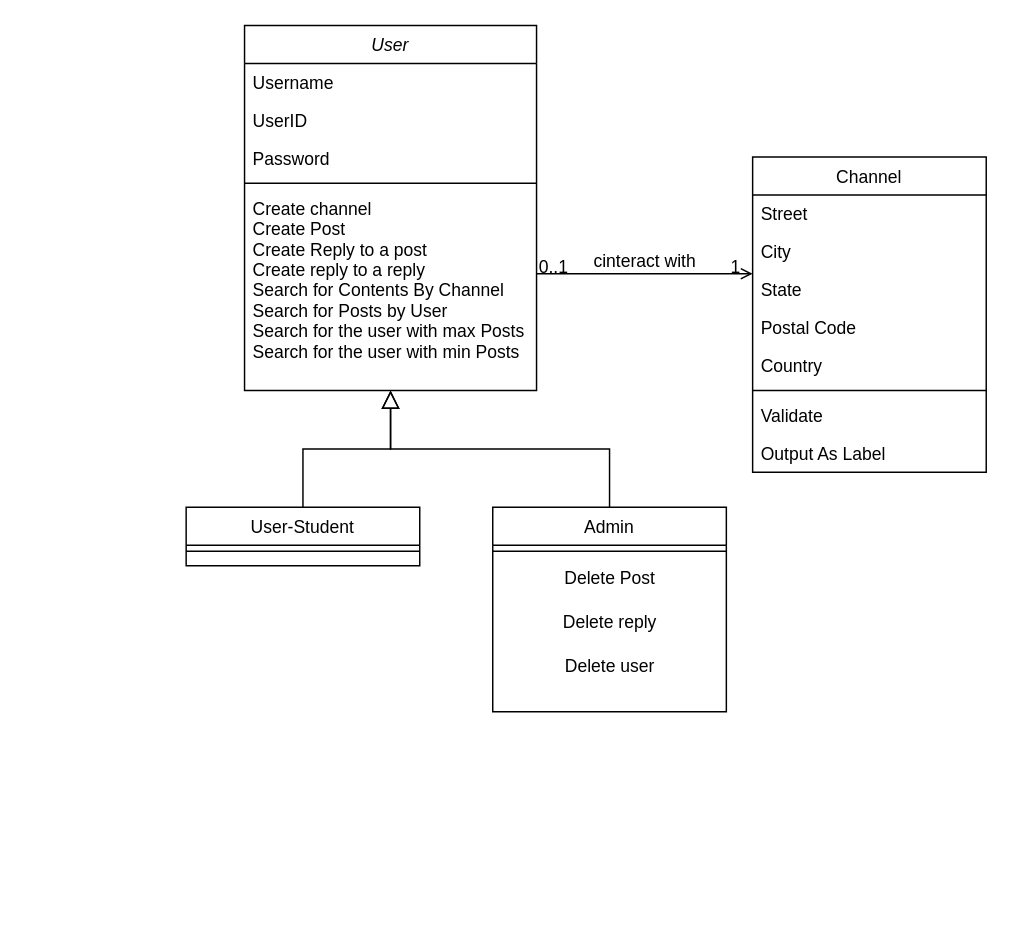
Above: class-diag.drawio in kejinglu/demo_23winter_web_project_docs (draw.io), before the change. Source tidied: cells renumbered, new cells numbered last; positions are measured from the earlier drawing's top-left corner, leaving out a move shared by most shapes. Both pictures are drawn from the tidied source at 146%, with x=0, y=0 at pixel (185, 25).
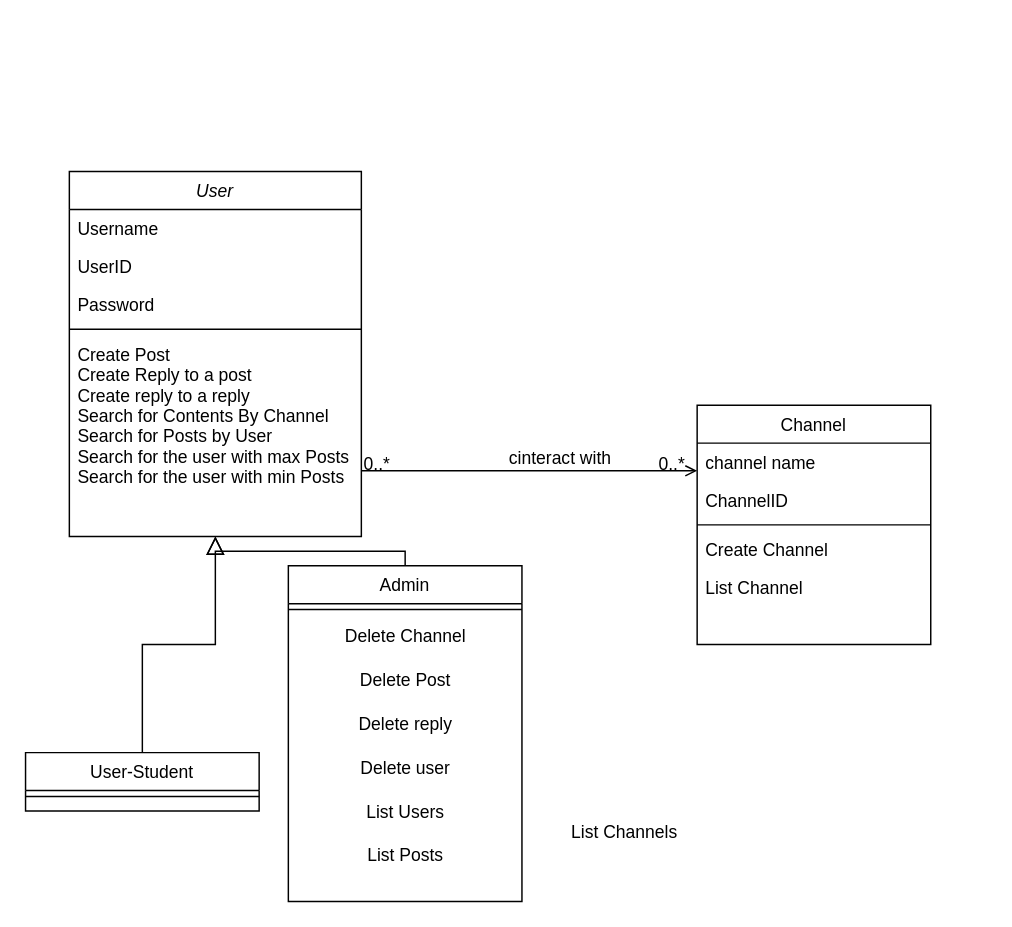
The same page after the edit.

The change refers to these unchanged cells:
```xml
<mxCell id="26" style="endArrow=open;shadow=0;strokeWidth=1;rounded=0;endFill=1;edgeStyle=elbowEdgeStyle;elbow=vertical;" parent="1" edge="1" source="2" target="17">
  <mxGeometry x="0.5" y="41" relative="1" as="geometry">
    <mxPoint x="-40" y="32" as="offset" />
  </mxGeometry>
</mxCell>
```

What changed in the source:
```diff
@@
     <mxCell id="2" value="User" style="swimlane;fontStyle=2;align=center;verticalAlign=top;horizontal=1;startSize=26;rounded=0;shadow=0;strokeWidth=1;" parent="1" vertex="1">
-      <mxGeometry x="40" width="200" height="250" as="geometry" />
+      <mxGeometry x="-80" y="100" width="200" height="250" as="geometry" />
     </mxCell>
@@
-    <mxCell id="7" value="Create channel&#10;Create Post&#10;Create Reply to a post&#10;Create reply to a reply&#10;Search for Contents By Channel&#10;Search for Posts by User&#10;Search for the user with max Posts&#10;Search for the user with min Posts" style="text;align=left;verticalAlign=top;spacingLeft=4;spacingRight=4;overflow=hidden;" parent="2" vertex="1">
+    <mxCell id="7" value="Create Post&#10;Create Reply to a post&#10;Create reply to a reply&#10;Search for Contents By Channel&#10;Search for Posts by User&#10;Search for the user with max Posts&#10;Search for the user with min Posts" style="text;align=left;verticalAlign=top;spacingLeft=4;spacingRight=4;overflow=hidden;" parent="2" vertex="1">
       <mxGeometry y="112" width="200" height="138" as="geometry" />
     </mxCell>
     <mxCell id="8" value="User-Student" style="swimlane;fontStyle=0;align=center;verticalAlign=top;horizontal=1;startSize=26;rounded=0;shadow=0;strokeWidth=1;" parent="1" vertex="1">
-      <mxGeometry y="330" width="160" height="40" as="geometry" />
+      <mxGeometry x="-110" y="498" width="160" height="40" as="geometry" />
     </mxCell>
@@
     <mxCell id="11" value="Admin" style="swimlane;fontStyle=0;align=center;verticalAlign=top;horizontal=1;startSize=26;rounded=0;shadow=0;strokeWidth=1;" parent="1" vertex="1">
-      <mxGeometry x="210" y="330" width="160" height="140" as="geometry" />
+      <mxGeometry x="70" y="370" width="160" height="230" as="geometry" />
     </mxCell>
@@
+    <mxCell id="30" value="Delete Channel" style="text;html=1;align=center;verticalAlign=middle;strokeColor=none;fillColor=none;" parent="11" vertex="1">
+      <mxGeometry y="34" width="160" height="30" as="geometry" />
+    </mxCell>
     <mxCell id="13" value="Delete Post" style="text;html=1;align=center;verticalAlign=middle;strokeColor=none;fillColor=none;" parent="11" vertex="1">
-      <mxGeometry y="34" width="160" height="30" as="geometry" />
+      <mxGeometry y="64" width="160" height="30" as="geometry" />
     </mxCell>
     <mxCell id="14" value="Delete reply" style="text;html=1;align=center;verticalAlign=middle;strokeColor=none;fillColor=none;" parent="11" vertex="1">
-      <mxGeometry y="64" width="160" height="30" as="geometry" />
+      <mxGeometry y="94" width="160" height="30" as="geometry" />
     </mxCell>
     <mxCell id="15" value="Delete user" style="text;html=1;align=center;verticalAlign=middle;strokeColor=none;fillColor=none;" parent="11" vertex="1">
-      <mxGeometry y="94" width="160" height="30" as="geometry" />
+      <mxGeometry y="124" width="160" height="30" as="geometry" />
     </mxCell>
+    <mxCell id="31" value="List Users" style="text;html=1;align=center;verticalAlign=middle;strokeColor=none;fillColor=none;" parent="11" vertex="1">
+      <mxGeometry y="154" width="160" height="30" as="geometry" />
+    </mxCell>
+    <mxCell id="32" value="List Posts" style="text;html=1;align=center;verticalAlign=middle;strokeColor=none;fillColor=none;" parent="11" vertex="1">
+      <mxGeometry y="184" width="160" height="30" as="geometry" />
+    </mxCell>
@@
     <mxCell id="17" value="Channel" style="swimlane;fontStyle=0;align=center;verticalAlign=top;horizontal=1;startSize=26;rounded=0;shadow=0;strokeWidth=1;" parent="1" vertex="1">
-      <mxGeometry x="388" y="90" width="160" height="216" as="geometry" />
+      <mxGeometry x="350" y="260" width="160" height="164" as="geometry" />
     </mxCell>
-    <mxCell id="18" value="Street" style="text;align=left;verticalAlign=top;spacingLeft=4;spacingRight=4;overflow=hidden;" parent="17" vertex="1">
+    <mxCell id="18" value="channel name" style="text;align=left;verticalAlign=top;spacingLeft=4;spacingRight=4;overflow=hidden;" parent="17" vertex="1">
       <mxGeometry y="26" width="160" height="26" as="geometry" />
     </mxCell>
-    <mxCell id="19" value="City" style="text;align=left;verticalAlign=top;spacingLeft=4;spacingRight=4;overflow=hidden;rounded=0;shadow=0;html=0;" parent="17" vertex="1">
+    <mxCell id="19" value="ChannelID" style="text;align=left;verticalAlign=top;spacingLeft=4;spacingRight=4;overflow=hidden;rounded=0;shadow=0;html=0;" parent="17" vertex="1">
       <mxGeometry y="52" width="160" height="26" as="geometry" />
     </mxCell>
-    <mxCell id="20" value="State" style="text;align=left;verticalAlign=top;spacingLeft=4;spacingRight=4;overflow=hidden;rounded=0;shadow=0;html=0;" parent="17" vertex="1">
-      <mxGeometry y="78" width="160" height="26" as="geometry" />
-    </mxCell>
-    <mxCell id="21" value="Postal Code" style="text;align=left;verticalAlign=top;spacingLeft=4;spacingRight=4;overflow=hidden;rounded=0;shadow=0;html=0;" parent="17" vertex="1">
-      <mxGeometry y="104" width="160" height="26" as="geometry" />
-    </mxCell>
-    <mxCell id="22" value="Country" style="text;align=left;verticalAlign=top;spacingLeft=4;spacingRight=4;overflow=hidden;rounded=0;shadow=0;html=0;" parent="17" vertex="1">
-      <mxGeometry y="130" width="160" height="26" as="geometry" />
-    </mxCell>
     <mxCell id="23" style="line;html=1;strokeWidth=1;align=left;verticalAlign=middle;spacingTop=-1;spacingLeft=3;spacingRight=3;labelPosition=right;" parent="17" vertex="1">
-      <mxGeometry y="156" width="160" height="8" as="geometry" />
+      <mxGeometry y="78" width="160" height="8" as="geometry" />
     </mxCell>
-    <mxCell id="24" value="Validate" style="text;align=left;verticalAlign=top;spacingLeft=4;spacingRight=4;overflow=hidden;" parent="17" vertex="1">
-      <mxGeometry y="164" width="160" height="26" as="geometry" />
+    <mxCell id="24" value="Create Channel" style="text;align=left;verticalAlign=top;spacingLeft=4;spacingRight=4;overflow=hidden;" parent="17" vertex="1">
+      <mxGeometry y="86" width="160" height="26" as="geometry" />
     </mxCell>
-    <mxCell id="25" value="Output As Label" style="text;align=left;verticalAlign=top;spacingLeft=4;spacingRight=4;overflow=hidden;" parent="17" vertex="1">
-      <mxGeometry y="190" width="160" height="26" as="geometry" />
+    <mxCell id="25" value="List Channel" style="text;align=left;verticalAlign=top;spacingLeft=4;spacingRight=4;overflow=hidden;" parent="17" vertex="1">
+      <mxGeometry y="112" width="160" height="26" as="geometry" />
     </mxCell>
@@
-    <mxCell id="27" value="0..1" style="align=left;verticalAlign=bottom;labelBackgroundColor=none;fontSize=12;" parent="26" vertex="1">
+    <mxCell id="27" value="0..*" style="align=left;verticalAlign=bottom;labelBackgroundColor=none;fontSize=12;" parent="26" vertex="1">
       <mxGeometry x="-1" relative="1" as="geometry">
         <mxPoint y="4" as="offset" />
       </mxGeometry>
     </mxCell>
-    <mxCell id="28" value="1" style="align=right;verticalAlign=bottom;labelBackgroundColor=none;fontSize=12;" parent="26" vertex="1">
+    <mxCell id="28" value="0..*" style="align=right;verticalAlign=bottom;labelBackgroundColor=none;fontSize=12;" parent="26" vertex="1">
       <mxGeometry x="1" relative="1" as="geometry">
         <mxPoint x="-7" y="4" as="offset" />
       </mxGeometry>
     </mxCell>
@@
+    <mxCell id="33" value="List Channels" style="text;html=1;align=center;verticalAlign=middle;strokeColor=none;fillColor=none;" parent="1" vertex="1">
+      <mxGeometry x="250" y="538" width="100" height="30" as="geometry" />
+    </mxCell>
```
